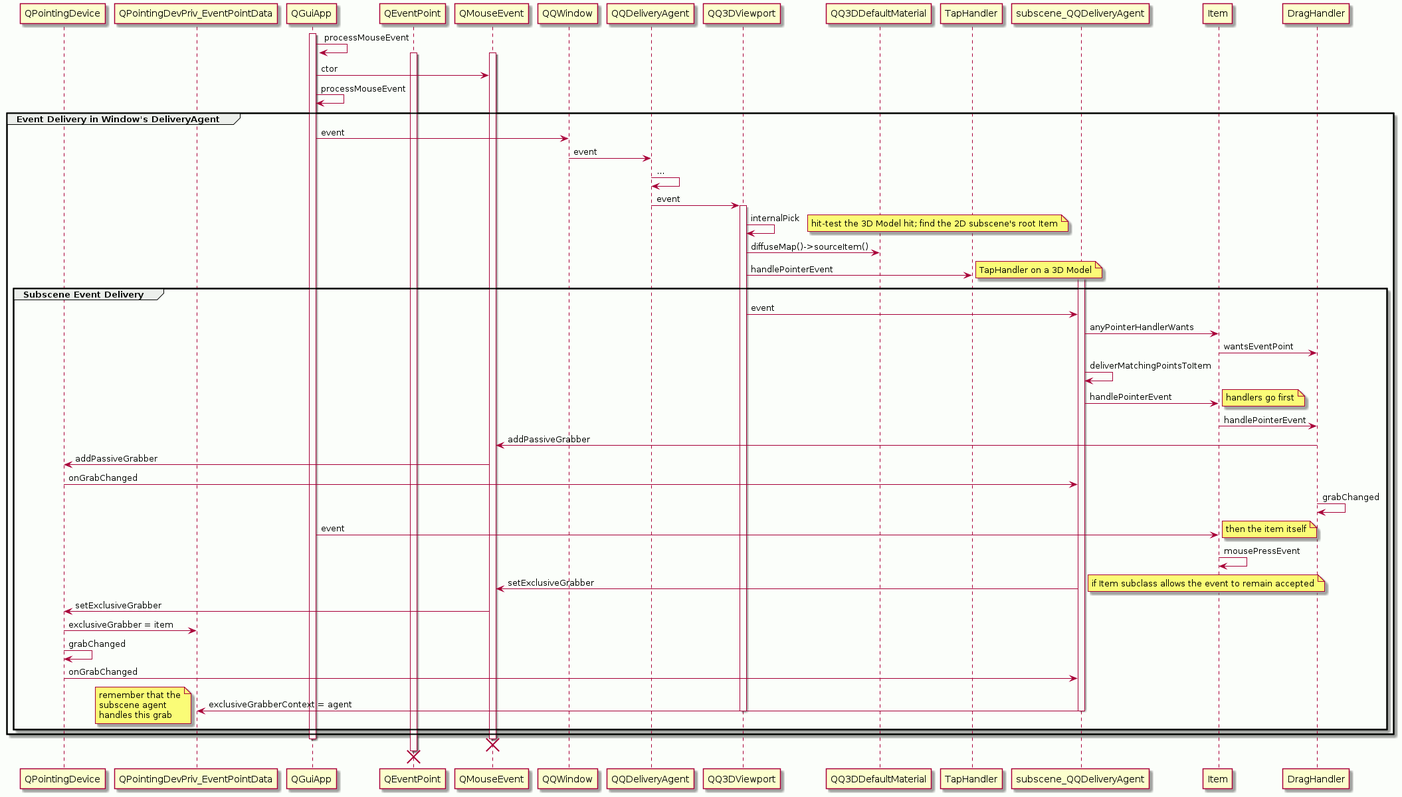
Earlier version of the PlantUML export presentation/resources/subscene-delivery-seq.png (ec1oud/qt-presentations). Its source is kept beside it as diagrams/subscene-delivery-seq.plantuml. Source of this version:
```plantuml
@startuml
participant "QPointingDevice"
participant "QPointingDevPriv_EventPointData"
activate QGuiApp
note right: QWindowSystemInterfacePrivate::MouseEvent comes in
QGuiApp -> QGuiApp : processMouseEvent
participant "QEventPoint"
activate QEventPoint
activate QMouseEvent
QGuiApp -> QMouseEvent : ctor
QGuiApp -> QGuiApp : processMouseEvent
group Event Delivery in Window's DeliveryAgent
QGuiApp -> QQWindow : event
QQWindow -> QQDeliveryAgent : event
QQDeliveryAgent -> QQDeliveryAgent : ...
QQDeliveryAgent -> QQ3DViewport : event
activate QQ3DViewport
QQ3DViewport -> QQ3DViewport : internalPick
note right: hit-test the 3D Model hit; find the 2D subscene's root Item
QQ3DViewport -> QQ3DDefaultMaterial : diffuseMap()->sourceItem()
QQ3DViewport -> TapHandler : handlePointerEvent
note right: TapHandler on a 3D Model
group Subscene Event Delivery
activate subscene_QQDeliveryAgent
QQ3DViewport -> subscene_QQDeliveryAgent : event
subscene_QQDeliveryAgent -> Item : anyPointerHandlerWants
Item -> DragHandler : wantsEventPoint
subscene_QQDeliveryAgent -> subscene_QQDeliveryAgent : deliverMatchingPointsToItem
subscene_QQDeliveryAgent -> Item : handlePointerEvent
note right: handlers go first
Item -> DragHandler : handlePointerEvent
DragHandler -> QMouseEvent : addPassiveGrabber
QMouseEvent -> QPointingDevice : addPassiveGrabber
QPointingDevice -> subscene_QQDeliveryAgent : onGrabChanged
DragHandler -> DragHandler : grabChanged
QGuiApp -> Item : event
note right: then the item itself
Item -> Item : mousePressEvent
subscene_QQDeliveryAgent -> QMouseEvent : setExclusiveGrabber
note right: if Item subclass allows the event to remain accepted
QMouseEvent -> QPointingDevice : setExclusiveGrabber
QPointingDevice -> QPointingDevPriv_EventPointData : exclusiveGrabber = item
QPointingDevice -> QPointingDevice : grabChanged
QPointingDevice -> subscene_QQDeliveryAgent : onGrabChanged
subscene_QQDeliveryAgent -> QPointingDevPriv_EventPointData : exclusiveGrabberContext = agent
note left: remember that the\nsubscene agent\nhandles this grab
deactivate subscene_QQDeliveryAgent
deactivate QQ3DViewport
end
end
deactivate QGuiApp
destroy QMouseEvent
destroy QEventPoint
@enduml
```
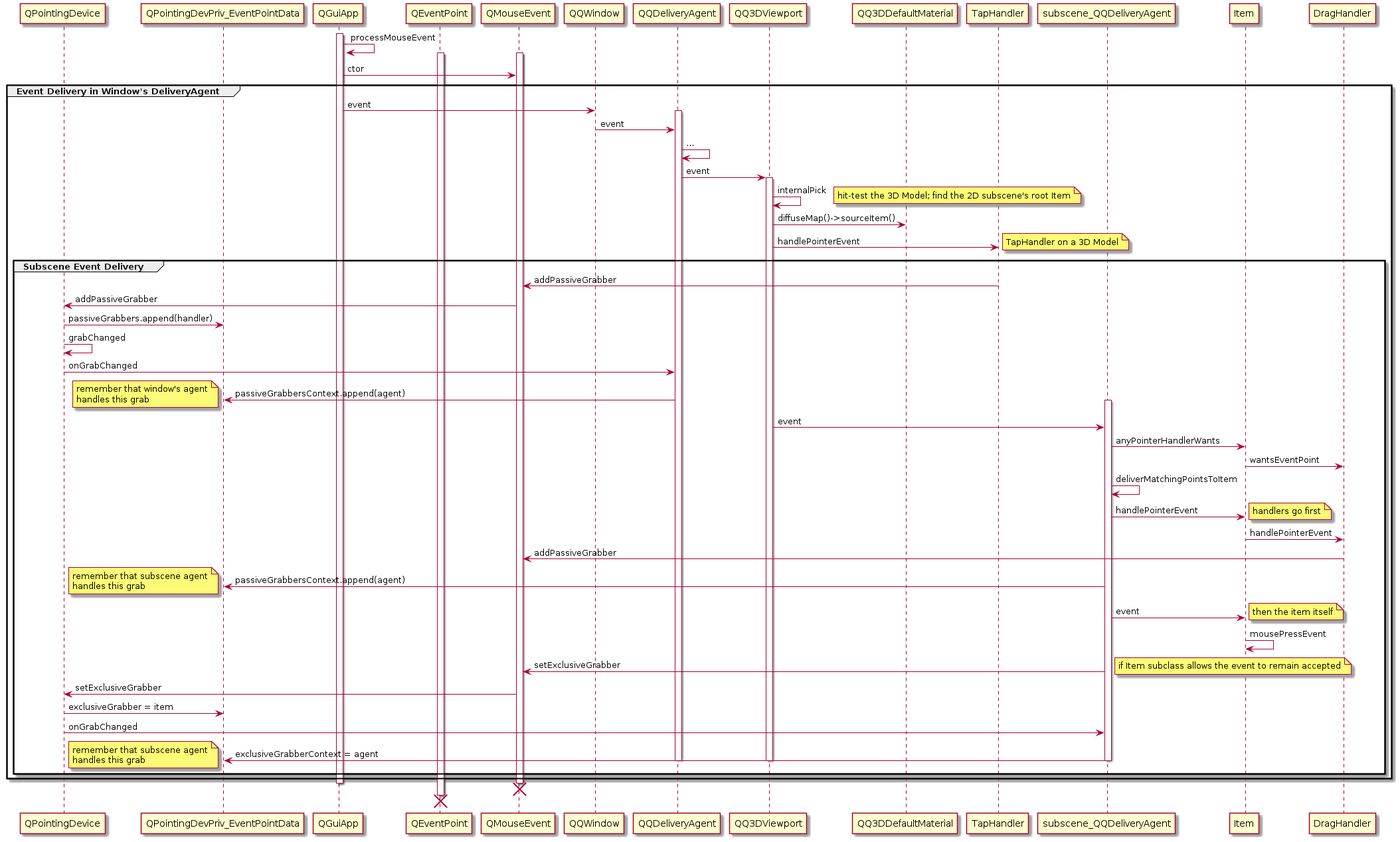
After the commit.

Commit message:
make subscene delivery sequence more accurate

There's only so much space on a slide so it's tricky to decide what to leave out.

What changed in the source:
```diff
@@ -8,19 +8,26 @@
 activate QEventPoint
 activate QMouseEvent
 QGuiApp -> QMouseEvent : ctor
-QGuiApp -> QGuiApp : processMouseEvent
 group Event Delivery in Window's DeliveryAgent
 QGuiApp -> QQWindow : event
+activate QQDeliveryAgent
 QQWindow -> QQDeliveryAgent : event
 QQDeliveryAgent -> QQDeliveryAgent : ...
 QQDeliveryAgent -> QQ3DViewport : event
 activate QQ3DViewport
 QQ3DViewport -> QQ3DViewport : internalPick
-note right: hit-test the 3D Model hit; find the 2D subscene's root Item
+note right: hit-test the 3D Model; find the 2D subscene's root Item
 QQ3DViewport -> QQ3DDefaultMaterial : diffuseMap()->sourceItem()
 QQ3DViewport -> TapHandler : handlePointerEvent
 note right: TapHandler on a 3D Model
 group Subscene Event Delivery
+TapHandler -> QMouseEvent : addPassiveGrabber
+QMouseEvent -> QPointingDevice : addPassiveGrabber
+QPointingDevice -> QPointingDevPriv_EventPointData : passiveGrabbers.append(handler)
+QPointingDevice -> QPointingDevice : grabChanged
+QPointingDevice -> QQDeliveryAgent : onGrabChanged
+QQDeliveryAgent -> QPointingDevPriv_EventPointData : passiveGrabbersContext.append(agent)
+note left: remember that window's agent\nhandles this grab
 activate subscene_QQDeliveryAgent
 QQ3DViewport -> subscene_QQDeliveryAgent : event
 subscene_QQDeliveryAgent -> Item : anyPointerHandlerWants
@@ -30,22 +37,21 @@
 note right: handlers go first
 Item -> DragHandler : handlePointerEvent
 DragHandler -> QMouseEvent : addPassiveGrabber
-QMouseEvent -> QPointingDevice : addPassiveGrabber
-QPointingDevice -> subscene_QQDeliveryAgent : onGrabChanged
-DragHandler -> DragHandler : grabChanged
-QGuiApp -> Item : event
+subscene_QQDeliveryAgent -> QPointingDevPriv_EventPointData : passiveGrabbersContext.append(agent)
+note left: remember that subscene agent\nhandles this grab
+subscene_QQDeliveryAgent -> Item : event
 note right: then the item itself
 Item -> Item : mousePressEvent
 subscene_QQDeliveryAgent -> QMouseEvent : setExclusiveGrabber
 note right: if Item subclass allows the event to remain accepted
 QMouseEvent -> QPointingDevice : setExclusiveGrabber
 QPointingDevice -> QPointingDevPriv_EventPointData : exclusiveGrabber = item
-QPointingDevice -> QPointingDevice : grabChanged
 QPointingDevice -> subscene_QQDeliveryAgent : onGrabChanged
 subscene_QQDeliveryAgent -> QPointingDevPriv_EventPointData : exclusiveGrabberContext = agent
-note left: remember that the\nsubscene agent\nhandles this grab
+note left: remember that subscene agent\nhandles this grab
 deactivate subscene_QQDeliveryAgent
 deactivate QQ3DViewport
+deactivate QQDeliveryAgent
 end
 end
 deactivate QGuiApp
```
